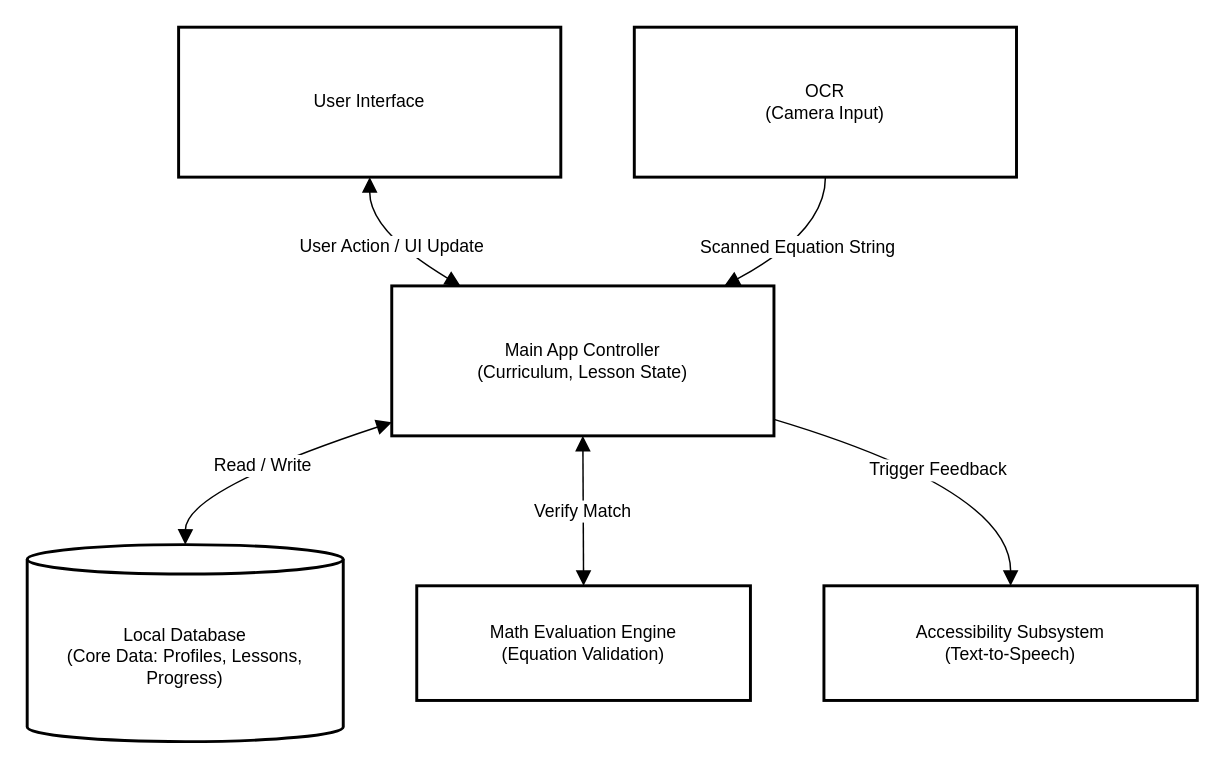
Earlier version of the draw.io diagram Diagrams/Untitled Diagram.drawio (jeremytrafas/BIT-Algebra-App). Source tidied: cells renumbered, new cells numbered last; positions are measured from the earlier drawing's top-left corner, leaving out a move shared by most shapes. Both pictures are drawn from the tidied source at 147%, with x=0, y=0 at pixel (26, 26).
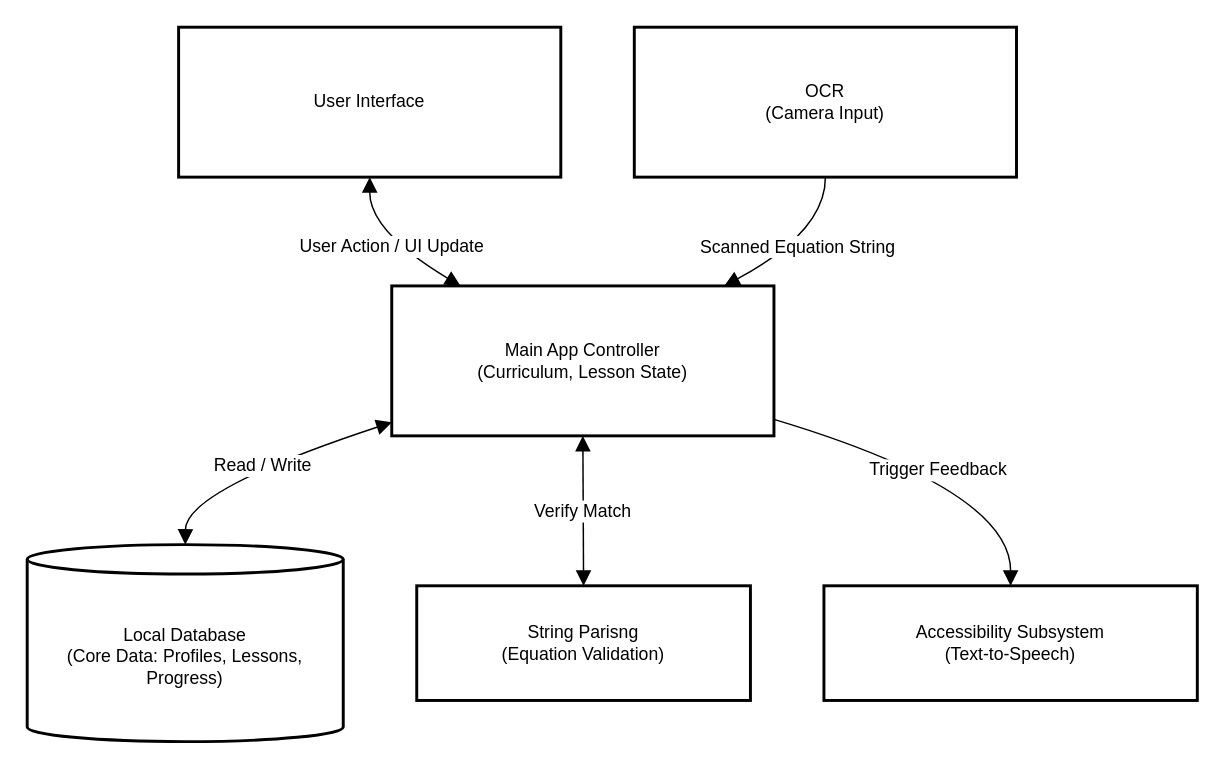
The same diagram, later.

The edit, as a diff of the source:
```diff
@@
 <mxGraphModel>
   <root>
     <mxCell id="0" />
     <mxCell id="1" parent="0" />
     <mxCell id="2" value="User Interface" style="whiteSpace=wrap;strokeWidth=2;" parent="1" vertex="1">
       <mxGeometry x="103" width="260" height="102" as="geometry" />
     </mxCell>
     <mxCell id="3" value="Main App Controller&#10;(Curriculum, Lesson State)" style="whiteSpace=wrap;strokeWidth=2;" parent="1" vertex="1">
       <mxGeometry x="248" y="176" width="260" height="102" as="geometry" />
     </mxCell>
     <mxCell id="4" value="Local Database&#10;(Core Data: Profiles, Lessons, Progress)" style="shape=cylinder3;boundedLbl=1;backgroundOutline=1;size=10;strokeWidth=2;whiteSpace=wrap;" parent="1" vertex="1">
       <mxGeometry y="352" width="215" height="134" as="geometry" />
     </mxCell>
     <mxCell id="5" value="OCR&#10;(Camera Input)" style="whiteSpace=wrap;strokeWidth=2;" parent="1" vertex="1">
       <mxGeometry x="413" width="260" height="102" as="geometry" />
     </mxCell>
-    <mxCell id="6" value="Math Evaluation Engine&#10;(Equation Validation)" style="whiteSpace=wrap;strokeWidth=2;" parent="1" vertex="1">
+    <mxCell id="6" value="String Parisng&#10;(Equation Validation)" style="whiteSpace=wrap;strokeWidth=2;" parent="1" vertex="1">
       <mxGeometry x="265" y="380" width="227" height="78" as="geometry" />
     </mxCell>
     <mxCell id="7" value="Accessibility Subsystem&#10;(Text-to-Speech)" style="whiteSpace=wrap;strokeWidth=2;" parent="1" vertex="1">
       <mxGeometry x="542" y="380" width="254" height="78" as="geometry" />
     </mxCell>
     <mxCell id="8" value="User Action / UI Update" style="curved=1;startArrow=block;endArrow=block;exitX=0.5;exitY=1;entryX=0.18;entryY=0;rounded=0;fontSize=12;startSize=8;endSize=8;" parent="1" edge="1" source="2" target="3">
       <mxGeometry relative="1" as="geometry">
         <Array as="points">
           <mxPoint x="233" y="139" />
         </Array>
       </mxGeometry>
     </mxCell>
     <mxCell id="9" value="Read / Write" style="curved=1;startArrow=block;endArrow=block;exitX=0;exitY=0.91;entryX=0.5;entryY=0;rounded=0;fontSize=12;startSize=8;endSize=8;" parent="1" edge="1" source="3" target="4">
       <mxGeometry relative="1" as="geometry">
         <Array as="points">
           <mxPoint x="108" y="315" />
         </Array>
       </mxGeometry>
     </mxCell>
     <mxCell id="10" value="Scanned Equation String" style="curved=1;startArrow=none;endArrow=block;exitX=0.5;exitY=1;entryX=0.87;entryY=0;rounded=0;fontSize=12;startSize=8;endSize=8;" parent="1" edge="1" source="5" target="3">
       <mxGeometry relative="1" as="geometry">
         <Array as="points">
           <mxPoint x="543" y="139" />
         </Array>
       </mxGeometry>
     </mxCell>
     <mxCell id="11" value="Verify Match" style="curved=1;startArrow=block;endArrow=block;exitX=0.5;exitY=1;entryX=0.5;entryY=0;rounded=0;fontSize=12;startSize=8;endSize=8;" parent="1" edge="1" source="3" target="6">
       <mxGeometry relative="1" as="geometry" />
     </mxCell>
     <mxCell id="12" value="Trigger Feedback" style="curved=1;startArrow=none;endArrow=block;exitX=1;exitY=0.89;entryX=0.5;entryY=0;rounded=0;fontSize=12;startSize=8;endSize=8;" parent="1" edge="1" source="3" target="7">
       <mxGeometry relative="1" as="geometry">
         <Array as="points">
           <mxPoint x="669" y="315" />
         </Array>
       </mxGeometry>
     </mxCell>
   </root>
 </mxGraphModel>
```
